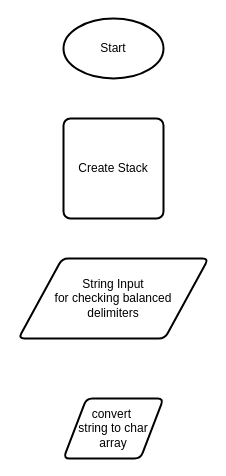
Before: cisc181/week6/FLowchart_Stack.drawio in AadarshDevi/CISC187, a draw.io diagram. Source tidied: cells renumbered, new cells numbered last; positions are measured from the earlier drawing's top-left corner, leaving out a move shared by most shapes. Both pictures are drawn from the tidied source at 100%, with x=0, y=0 at pixel (18, 18).
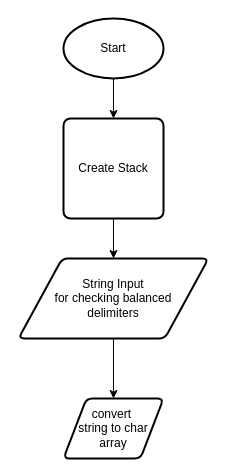
The same page after the edit.

Commit message:
flowchart has arrows pointing. so far upto char array

Change to the diagram source:
```diff
@@
 <mxGraphModel>
   <root>
     <mxCell id="0" />
     <mxCell id="1" parent="0" />
+    <mxCell id="6" style="edgeStyle=orthogonalEdgeStyle;rounded=0;jettySize=auto;html=1;exitX=0.5;exitY=1;exitDx=0;exitDy=0;exitPerimeter=0;entryX=0.5;entryY=0;entryDx=0;entryDy=0;" parent="1" edge="1" source="2" target="3">
+      <mxGeometry relative="1" as="geometry" />
+    </mxCell>
     <mxCell id="2" value="Start" style="strokeWidth=2;html=1;shape=mxgraph.flowchart.start_1;whiteSpace=wrap;" parent="1" vertex="1">
       <mxGeometry x="45" width="100" height="60" as="geometry" />
     </mxCell>
+    <mxCell id="7" style="edgeStyle=orthogonalEdgeStyle;rounded=0;jettySize=auto;html=1;exitX=0.5;exitY=1;exitDx=0;exitDy=0;entryX=0.5;entryY=0;entryDx=0;entryDy=0;" parent="1" edge="1" source="3" target="4">
+      <mxGeometry relative="1" as="geometry" />
+    </mxCell>
     <mxCell id="3" value="Create Stack" style="rounded=1;whiteSpace=wrap;html=1;absoluteArcSize=1;arcSize=14;strokeWidth=2;" parent="1" vertex="1">
       <mxGeometry x="45" y="100" width="100" height="100" as="geometry" />
     </mxCell>
+    <mxCell id="8" style="edgeStyle=orthogonalEdgeStyle;rounded=0;jettySize=auto;html=1;exitX=0.5;exitY=1;exitDx=0;exitDy=0;entryX=0.5;entryY=0;entryDx=0;entryDy=0;" parent="1" edge="1" source="4" target="5">
+      <mxGeometry relative="1" as="geometry" />
+    </mxCell>
     <mxCell id="4" value="String Input&lt;div&gt;for checking&amp;nbsp;&lt;span style=&quot;background-color: transparent; color: light-dark(rgb(0, 0, 0), rgb(255, 255, 255));&quot;&gt;balanced&lt;/span&gt;&lt;/div&gt;&lt;div&gt;&lt;span style=&quot;background-color: transparent; color: light-dark(rgb(0, 0, 0), rgb(255, 255, 255));&quot;&gt;delimiters&lt;/span&gt;&lt;/div&gt;" style="shape=parallelogram;html=1;strokeWidth=2;perimeter=parallelogramPerimeter;whiteSpace=wrap;rounded=1;arcSize=12;size=0.23;" parent="1" vertex="1">
       <mxGeometry y="240" width="190" height="80" as="geometry" />
     </mxCell>
     <mxCell id="5" value="convert&amp;nbsp;&lt;div&gt;string to char array&lt;/div&gt;" style="shape=parallelogram;html=1;strokeWidth=2;perimeter=parallelogramPerimeter;whiteSpace=wrap;rounded=1;arcSize=12;size=0.23;" parent="1" vertex="1">
       <mxGeometry x="45" y="380" width="100" height="60" as="geometry" />
     </mxCell>
   </root>
 </mxGraphModel>
```
